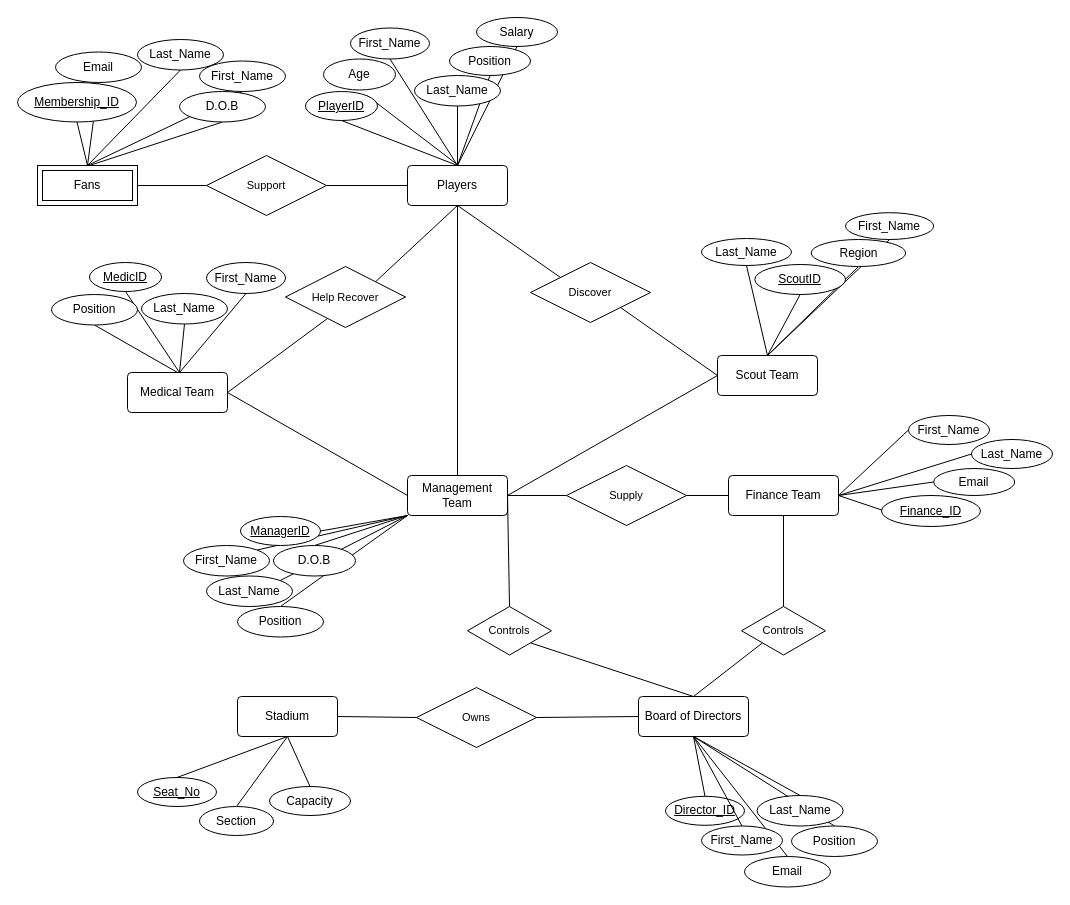
Earlier version of the draw.io diagram Untitled Diagram.drawio (Smithg8/Databases). Source tidied: cells renumbered, new cells numbered last; positions are measured from the earlier drawing's top-left corner, leaving out a move shared by most shapes. Both pictures are drawn from the tidied source at 100%, with x=0, y=0 at pixel (17, 17).
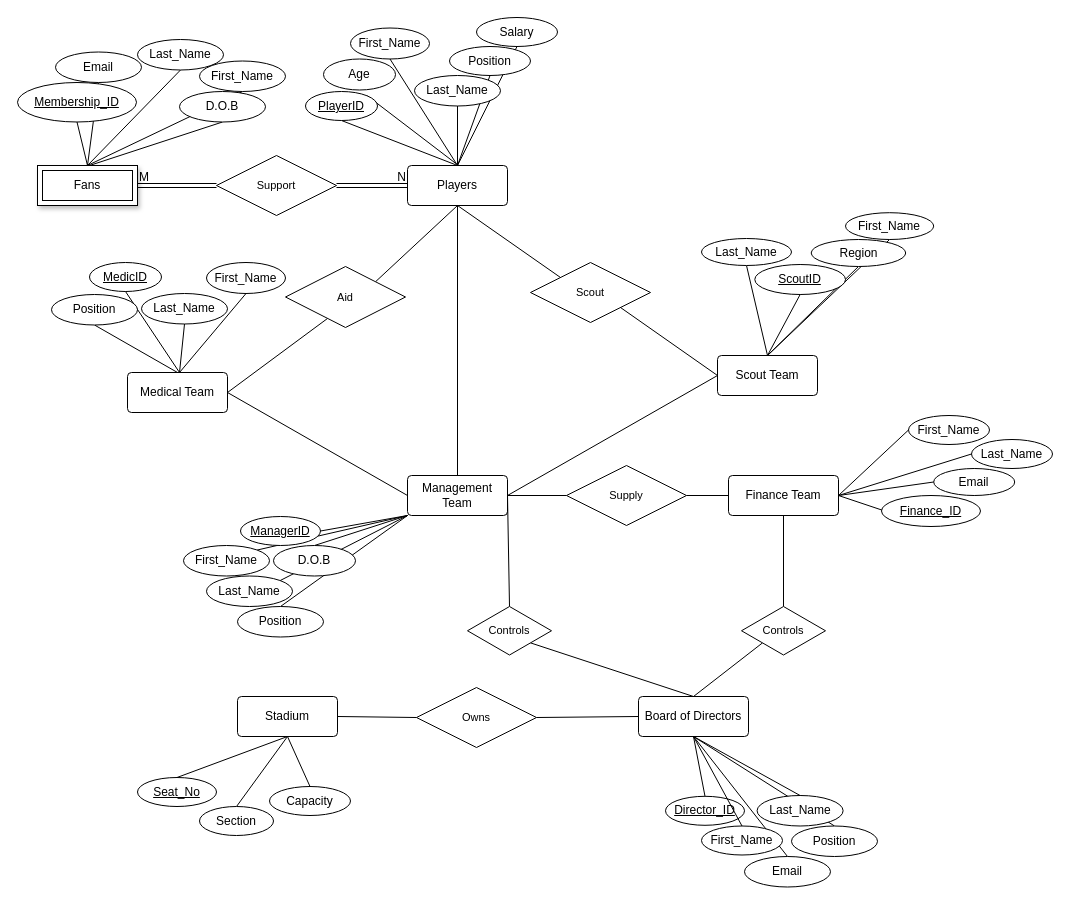
After the change.

The change refers to these unchanged cells:
```xml
<mxCell id="3" value="Players" style="rounded=1;arcSize=10;whiteSpace=wrap;html=1;align=center;" parent="1" vertex="1">
  <mxGeometry x="390" y="148" width="100" height="40" as="geometry" />
</mxCell>
```

Change to the diagram source:
```diff
@@
-    <mxCell id="23" style="edgeStyle=orthogonalEdgeStyle;rounded=0;jettySize=auto;html=1;exitX=1;exitY=0.5;exitDx=0;exitDy=0;entryX=0;entryY=0.5;entryDx=0;entryDy=0;endArrow=none;endFill=0;" parent="1" edge="1" source="99" target="3">
-      <mxGeometry relative="1" as="geometry" />
-    </mxCell>
@@
-    <mxCell id="25" value="Fans" style="shape=ext;margin=3;double=1;whiteSpace=wrap;html=1;align=center;" parent="1" vertex="1">
+    <mxCell id="25" value="Fans" style="shape=ext;margin=3;double=1;whiteSpace=wrap;html=1;align=center;shadow=1;" parent="1" vertex="1">
       <mxGeometry x="20" y="148" width="100" height="40" as="geometry" />
     </mxCell>
@@
-    <mxCell id="98" style="edgeStyle=orthogonalEdgeStyle;rounded=0;jettySize=auto;html=1;exitX=1;exitY=0.5;exitDx=0;exitDy=0;entryX=0;entryY=0.5;entryDx=0;entryDy=0;endArrow=none;endFill=0;" parent="1" edge="1" source="25" target="99">
-      <mxGeometry relative="1" as="geometry" />
-    </mxCell>
-    <mxCell id="99" value="Support" style="shape=rhombus;perimeter=rhombusPerimeter;whiteSpace=wrap;html=1;align=center;fontFamily=Helvetica;fontSize=11;fontColor=default;" parent="1" vertex="1">
-      <mxGeometry x="189" y="138" width="120" height="60" as="geometry" />
-    </mxCell>
@@
-    <mxCell id="101" value="Discover" style="shape=rhombus;perimeter=rhombusPerimeter;whiteSpace=wrap;html=1;align=center;fontFamily=Helvetica;fontSize=11;fontColor=default;" parent="1" vertex="1">
+    <mxCell id="101" value="Scout" style="shape=rhombus;perimeter=rhombusPerimeter;whiteSpace=wrap;html=1;align=center;fontFamily=Helvetica;fontSize=11;fontColor=default;" parent="1" vertex="1">
       <mxGeometry x="513" y="245" width="120" height="60" as="geometry" />
     </mxCell>
@@
-    <mxCell id="103" value="Help Recover" style="shape=rhombus;perimeter=rhombusPerimeter;whiteSpace=wrap;html=1;align=center;fontFamily=Helvetica;fontSize=11;fontColor=default;" parent="1" vertex="1">
+    <mxCell id="103" value="Aid" style="shape=rhombus;perimeter=rhombusPerimeter;whiteSpace=wrap;html=1;align=center;fontFamily=Helvetica;fontSize=11;fontColor=default;" parent="1" vertex="1">
       <mxGeometry x="268" y="249" width="120" height="61" as="geometry" />
     </mxCell>
@@
+    <mxCell id="23" style="shape=link;html=1;rounded=0;exitX=1;exitY=0.5;exitDx=0;exitDy=0;entryX=0;entryY=0.5;entryDx=0;entryDy=0;" parent="1" edge="1" source="99" target="3">
+      <mxGeometry relative="1" as="geometry" />
+    </mxCell>
+    <mxCell id="106" value="N" style="html=1;whiteSpace=wrap;align=right;verticalAlign=bottom;" parent="23" vertex="1">
+      <mxGeometry x="1" relative="1" as="geometry" />
+    </mxCell>
+    <mxCell id="98" style="shape=link;html=1;rounded=0;exitX=1;exitY=0.5;exitDx=0;exitDy=0;entryX=0;entryY=0.5;entryDx=0;entryDy=0;" parent="1" edge="1" source="25" target="99">
+      <mxGeometry relative="1" as="geometry" />
+    </mxCell>
+    <mxCell id="107" value="M" style="html=1;whiteSpace=wrap;align=left;verticalAlign=bottom;" parent="98" vertex="1">
+      <mxGeometry x="-1" relative="1" as="geometry" />
+    </mxCell>
+    <mxCell id="99" value="Support" style="shape=rhombus;perimeter=rhombusPerimeter;whiteSpace=wrap;html=1;align=center;fontFamily=Helvetica;fontSize=11;fontColor=default;" parent="1" vertex="1">
+      <mxGeometry x="199" y="138" width="120" height="60" as="geometry" />
+    </mxCell>
```
